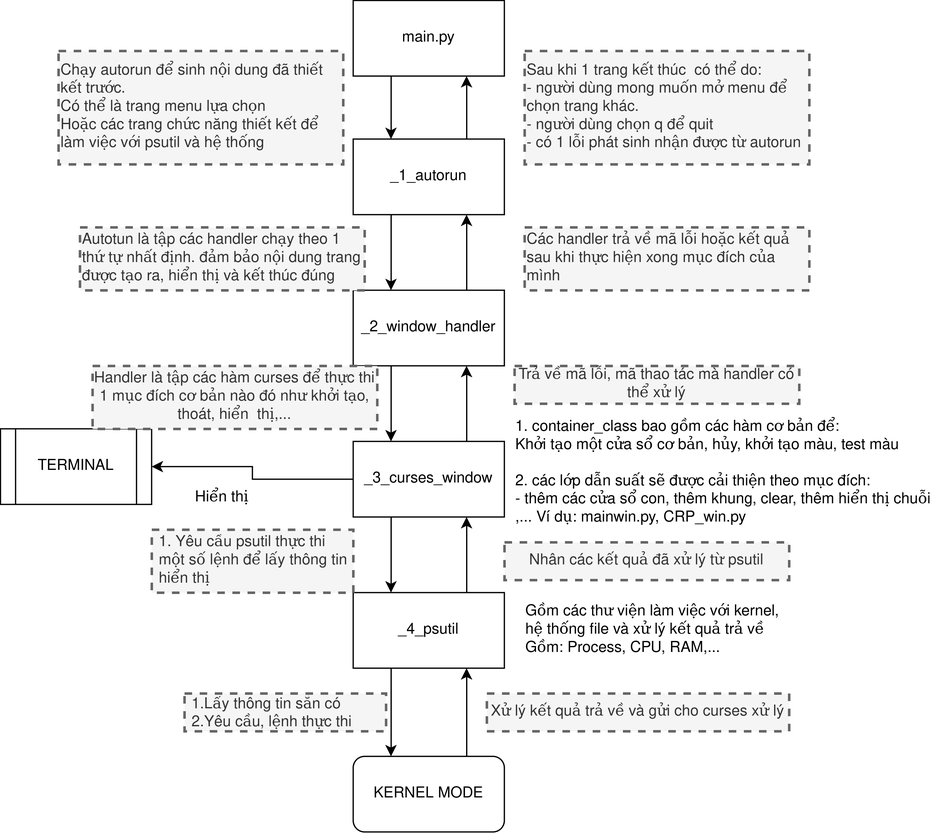
Before: Diagram/Functional block/Block_diagram_Task_manager.png, a diagram exported from draw.io (TrinhHuuGiang/mini-project-Process_manager). Source tidied: cells renumbered, new cells last; positions are measured from the earlier drawing's top-left corner, leaving out a move shared by most shapes.
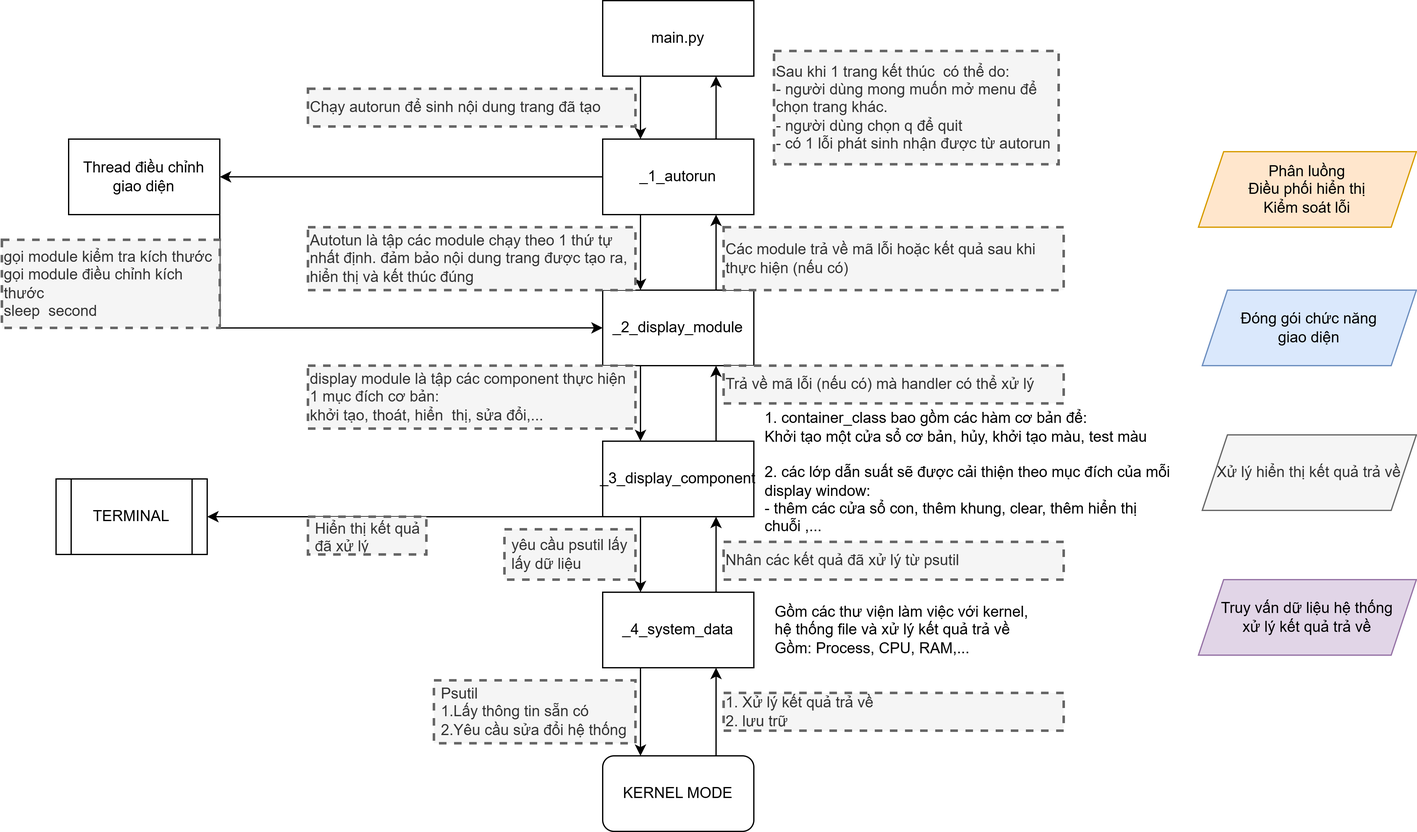
After the change.

Commit message:
update block diagram

add module size thread

Diff of the diagram source:
```diff
@@ -8,7 +8,7 @@
     <mxCell id="3" style="edgeStyle=orthogonalEdgeStyle;rounded=0;jettySize=auto;html=1;exitX=0.75;exitY=0;exitDx=0;exitDy=0;entryX=0.75;entryY=1;entryDx=0;entryDy=0;" parent="1" edge="1" source="4" target="13">
       <mxGeometry relative="1" as="geometry" />
     </mxCell>
-    <mxCell id="4" value="_4_psutil" style="rounded=0;whiteSpace=wrap;html=1;" parent="1" vertex="1">
+    <mxCell id="4" value="_4_system_data" style="rounded=0;whiteSpace=wrap;html=1;" parent="1" vertex="1">
       <mxGeometry x="280" y="470" width="120" height="60" as="geometry" />
     </mxCell>
     <mxCell id="5" style="edgeStyle=orthogonalEdgeStyle;rounded=0;jettySize=auto;html=1;exitX=0.75;exitY=0;exitDx=0;exitDy=0;entryX=0.75;entryY=1;entryDx=0;entryDy=0;" parent="1" edge="1" source="6" target="4">
@@ -17,11 +17,11 @@
     <mxCell id="6" value="KERNEL MODE" style="rounded=1;whiteSpace=wrap;html=1;" parent="1" vertex="1">
       <mxGeometry x="280" y="600" width="120" height="60" as="geometry" />
     </mxCell>
-    <mxCell id="7" value="&lt;div&gt;1.Lấy thông tin sẵn có&lt;br&gt;&lt;/div&gt;&lt;div&gt;2.Yêu cầu, lệnh thực thi&lt;br&gt;&lt;/div&gt;" style="text;align=left;verticalAlign=middle;spacingLeft=4;spacingRight=4;overflow=hidden;whiteSpace=wrap;html=1;dashed=1;perimeterSpacing=1;strokeWidth=2;fillColor=#f5f5f5;fontColor=#333333;strokeColor=#666666;" parent="1" vertex="1">
-      <mxGeometry x="146" y="550" width="160" height="30" as="geometry" />
+    <mxCell id="7" value="&lt;div&gt;Psutil&lt;/div&gt;&lt;div&gt;1.Lấy thông tin sẵn có&lt;br&gt;&lt;/div&gt;&lt;div&gt;2.Yêu cầu sửa đổi hệ thống&lt;br&gt;&lt;/div&gt;" style="text;align=left;verticalAlign=middle;spacingLeft=4;spacingRight=4;overflow=hidden;whiteSpace=wrap;html=1;dashed=1;perimeterSpacing=1;strokeWidth=2;fillColor=#f5f5f5;fontColor=#333333;strokeColor=#666666;" parent="1" vertex="1">
+      <mxGeometry x="146" y="540" width="160" height="50" as="geometry" />
     </mxCell>
-    <mxCell id="8" value="&lt;div&gt;Xử lý kết quả trả về và gửi cho curses xử lý&lt;/div&gt;" style="text;html=1;align=center;verticalAlign=middle;whiteSpace=wrap;rounded=0;fillColor=#f5f5f5;fontColor=#333333;strokeColor=#666666;strokeWidth=2;dashed=1;" parent="1" vertex="1">
-      <mxGeometry x="386" y="550" width="240" height="30" as="geometry" />
+    <mxCell id="8" value="&lt;div&gt;1. Xử lý kết quả trả về&lt;/div&gt;&lt;div style=&quot;&quot;&gt;2. lưu trữ&lt;/div&gt;" style="text;html=1;align=left;verticalAlign=middle;whiteSpace=wrap;rounded=0;fillColor=#f5f5f5;fontColor=#333333;strokeColor=#666666;strokeWidth=2;dashed=1;" parent="1" vertex="1">
+      <mxGeometry x="376" y="550" width="270" height="30" as="geometry" />
     </mxCell>
     <mxCell id="9" value="&lt;div align=&quot;left&quot;&gt;Gồm các thư viện làm việc với kernel, hệ thống file và xử lý kết quả trả về&lt;/div&gt;&lt;div align=&quot;left&quot;&gt;Gồm: Process, CPU, RAM,...&lt;br&gt;&lt;/div&gt;" style="text;html=1;align=center;verticalAlign=middle;whiteSpace=wrap;rounded=0;" parent="1" vertex="1">
       <mxGeometry x="416" y="485" width="210" height="30" as="geometry" />
@@ -32,23 +32,28 @@
     <mxCell id="11" style="edgeStyle=orthogonalEdgeStyle;rounded=0;jettySize=auto;html=1;exitX=0.75;exitY=0;exitDx=0;exitDy=0;entryX=0.75;entryY=1;entryDx=0;entryDy=0;" parent="1" edge="1" source="13" target="20">
       <mxGeometry relative="1" as="geometry" />
     </mxCell>
-    <mxCell id="12" style="edgeStyle=orthogonalEdgeStyle;rounded=0;jettySize=auto;html=1;exitX=0;exitY=0.5;exitDx=0;exitDy=0;entryX=1;entryY=0.5;entryDx=0;entryDy=0;" parent="1" edge="1" source="13" target="17">
-      <mxGeometry relative="1" as="geometry" />
+    <mxCell id="12" style="edgeStyle=orthogonalEdgeStyle;rounded=0;jettySize=auto;html=1;exitX=0;exitY=1;exitDx=0;exitDy=0;entryX=1;entryY=0.5;entryDx=0;entryDy=0;" parent="1" edge="1" source="13" target="17">
+      <mxGeometry relative="1" as="geometry">
+        <Array as="points">
+          <mxPoint x="196" y="410" />
+          <mxPoint x="196" y="410" />
+        </Array>
+      </mxGeometry>
     </mxCell>
-    <mxCell id="13" value="_3_curses_window" style="rounded=0;whiteSpace=wrap;html=1;" parent="1" vertex="1">
+    <mxCell id="13" value="_3_display_component" style="rounded=0;whiteSpace=wrap;html=1;" parent="1" vertex="1">
       <mxGeometry x="280" y="350" width="120" height="60" as="geometry" />
     </mxCell>
-    <mxCell id="14" value="Nhân các kết quả đã xử lý từ psutil" style="text;html=1;align=center;verticalAlign=middle;whiteSpace=wrap;rounded=0;fillColor=#f5f5f5;fontColor=#333333;strokeColor=#666666;strokeWidth=2;dashed=1;" parent="1" vertex="1">
-      <mxGeometry x="400" y="430" width="226" height="30" as="geometry" />
+    <mxCell id="14" value="Nhân các kết quả đã xử lý từ psutil" style="text;html=1;align=left;verticalAlign=middle;whiteSpace=wrap;rounded=0;fillColor=#f5f5f5;fontColor=#333333;strokeColor=#666666;strokeWidth=2;dashed=1;" parent="1" vertex="1">
+      <mxGeometry x="376" y="430" width="270" height="30" as="geometry" />
     </mxCell>
-    <mxCell id="15" value="&lt;div&gt;1. Yêu cầu psutil thực thi một số lệnh để lấy thông tin hiển thị&lt;br&gt;&lt;/div&gt;" style="text;align=left;verticalAlign=middle;spacingLeft=4;spacingRight=4;overflow=hidden;whiteSpace=wrap;html=1;dashed=1;perimeterSpacing=1;strokeWidth=2;fillColor=#f5f5f5;fontColor=#333333;strokeColor=#666666;" parent="1" vertex="1">
-      <mxGeometry x="120" y="420" width="160" height="50" as="geometry" />
+    <mxCell id="15" value="&lt;div&gt;yêu cầu psutil lấy lấy dữ liệu&lt;/div&gt;" style="text;align=left;verticalAlign=middle;spacingLeft=4;spacingRight=4;overflow=hidden;whiteSpace=wrap;html=1;dashed=1;perimeterSpacing=1;strokeWidth=2;fillColor=#f5f5f5;fontColor=#333333;strokeColor=#666666;" parent="1" vertex="1">
+      <mxGeometry x="202" y="420" width="104" height="40" as="geometry" />
     </mxCell>
-    <mxCell id="16" value="&lt;div align=&quot;left&quot;&gt;1. container_class bao gồm các hàm cơ bản để:&lt;/div&gt;&lt;div align=&quot;left&quot;&gt;Khởi tạo một cửa sổ cơ bản, hủy, khởi tạo màu, test màu&lt;br&gt;&lt;/div&gt;&lt;div&gt;&lt;br&gt;&lt;/div&gt;&lt;div align=&quot;left&quot;&gt;2. các lớp dẫn suất sẽ được cải thiện theo mục đích:&lt;/div&gt;&lt;div align=&quot;left&quot;&gt;- thêm các cửa sổ con, thêm khung, clear, thêm hiển thị chuỗi ,... Ví dụ: mainwin.py, CRP_win.py&lt;br&gt;&lt;/div&gt;" style="text;html=1;align=center;verticalAlign=middle;whiteSpace=wrap;rounded=0;" parent="1" vertex="1">
-      <mxGeometry x="408" y="360" width="338" height="30" as="geometry" />
+    <mxCell id="16" value="&lt;div align=&quot;left&quot;&gt;1. container_class bao gồm các hàm cơ bản để:&lt;/div&gt;&lt;div align=&quot;left&quot;&gt;Khởi tạo một cửa sổ cơ bản, hủy, khởi tạo màu, test màu&lt;br&gt;&lt;/div&gt;&lt;div&gt;&lt;br&gt;&lt;/div&gt;&lt;div align=&quot;left&quot;&gt;2. các lớp dẫn suất sẽ được cải thiện theo mục đích của mỗi display window:&lt;/div&gt;&lt;div align=&quot;left&quot;&gt;- thêm các cửa sổ con, thêm khung, clear, thêm hiển thị chuỗi ,...&lt;br&gt;&lt;/div&gt;" style="text;html=1;align=center;verticalAlign=middle;whiteSpace=wrap;rounded=0;" parent="1" vertex="1">
+      <mxGeometry x="408" y="360" width="328" height="30" as="geometry" />
     </mxCell>
     <mxCell id="17" value="TERMINAL" style="shape=process;whiteSpace=wrap;html=1;backgroundOutline=1;" parent="1" vertex="1">
-      <mxGeometry y="340" width="120" height="60" as="geometry" />
+      <mxGeometry x="-154" y="380" width="120" height="60" as="geometry" />
     </mxCell>
     <mxCell id="18" style="edgeStyle=orthogonalEdgeStyle;rounded=0;jettySize=auto;html=1;exitX=0.25;exitY=1;exitDx=0;exitDy=0;entryX=0.25;entryY=0;entryDx=0;entryDy=0;" parent="1" edge="1" source="20" target="13">
       <mxGeometry relative="1" as="geometry" />
@@ -56,17 +61,14 @@
     <mxCell id="19" style="edgeStyle=orthogonalEdgeStyle;rounded=0;jettySize=auto;html=1;exitX=0.75;exitY=0;exitDx=0;exitDy=0;entryX=0.75;entryY=1;entryDx=0;entryDy=0;" parent="1" edge="1" source="20" target="26">
       <mxGeometry relative="1" as="geometry" />
     </mxCell>
-    <mxCell id="20" value="_2_window_handler" style="rounded=0;whiteSpace=wrap;html=1;" parent="1" vertex="1">
+    <mxCell id="20" value="_2_display_module" style="rounded=0;whiteSpace=wrap;html=1;" parent="1" vertex="1">
       <mxGeometry x="280" y="230" width="120" height="60" as="geometry" />
     </mxCell>
-    <mxCell id="21" value="Hiển thị" style="text;html=1;align=center;verticalAlign=middle;whiteSpace=wrap;rounded=0;" parent="1" vertex="1">
-      <mxGeometry x="146" y="380" width="60" height="30" as="geometry" />
-    </mxCell>
-    <mxCell id="22" value="Trả về mã lỗi, mã thao tác mà handler có thể xử lý" style="text;html=1;align=center;verticalAlign=middle;whiteSpace=wrap;rounded=0;fillColor=#f5f5f5;fontColor=#333333;strokeColor=#666666;strokeWidth=2;dashed=1;" parent="1" vertex="1">
-      <mxGeometry x="408" y="290" width="226" height="30" as="geometry" />
+    <mxCell id="22" value="Trả về mã lỗi (nếu có) mà handler có thể xử lý" style="text;html=1;align=left;verticalAlign=middle;whiteSpace=wrap;rounded=0;fillColor=#f5f5f5;fontColor=#333333;strokeColor=#666666;strokeWidth=2;dashed=1;" parent="1" vertex="1">
+      <mxGeometry x="376" y="290" width="270" height="30" as="geometry" />
     </mxCell>
-    <mxCell id="23" value="Handler là tập các hàm curses để thực thi 1 mục đích cơ bản nào đó như khởi tạo, thoát, hiển&amp;nbsp; thị,..." style="text;html=1;align=center;verticalAlign=middle;whiteSpace=wrap;rounded=0;fillColor=#f5f5f5;fontColor=#333333;strokeColor=#666666;strokeWidth=2;dashed=1;" parent="1" vertex="1">
-      <mxGeometry x="73" y="290" width="226" height="50" as="geometry" />
+    <mxCell id="23" value="display module là tập các component thực hiện 1 mục đích cơ bản:&lt;div&gt;khởi tạo, thoát, hiển&amp;nbsp; thị, sửa đổi,...&lt;/div&gt;" style="text;html=1;align=left;verticalAlign=middle;whiteSpace=wrap;rounded=0;fillColor=#f5f5f5;fontColor=#333333;strokeColor=#666666;strokeWidth=2;dashed=1;" parent="1" vertex="1">
+      <mxGeometry x="46" y="290" width="260" height="50" as="geometry" />
     </mxCell>
     <mxCell id="24" style="edgeStyle=orthogonalEdgeStyle;rounded=0;jettySize=auto;html=1;exitX=0.25;exitY=1;exitDx=0;exitDy=0;entryX=0.25;entryY=0;entryDx=0;entryDy=0;" parent="1" edge="1" source="26" target="20">
       <mxGeometry relative="1" as="geometry" />
@@ -74,14 +76,17 @@
     <mxCell id="25" style="edgeStyle=orthogonalEdgeStyle;rounded=0;jettySize=auto;html=1;exitX=0.75;exitY=0;exitDx=0;exitDy=0;entryX=0.75;entryY=1;entryDx=0;entryDy=0;" parent="1" edge="1" source="26" target="30">
       <mxGeometry relative="1" as="geometry" />
     </mxCell>
+    <mxCell id="33" style="edgeStyle=orthogonalEdgeStyle;rounded=0;jettySize=auto;html=1;exitX=0;exitY=0.5;exitDx=0;exitDy=0;entryX=1;entryY=0.5;entryDx=0;entryDy=0;" parent="1" edge="1" source="26" target="35">
+      <mxGeometry relative="1" as="geometry" />
+    </mxCell>
     <mxCell id="26" value="&lt;div&gt;_1_autorun&lt;/div&gt;" style="rounded=0;whiteSpace=wrap;html=1;" parent="1" vertex="1">
       <mxGeometry x="280" y="110" width="120" height="60" as="geometry" />
     </mxCell>
-    <mxCell id="27" value="Autotun là tập các handler chạy theo 1 thứ tự nhất định. đảm bảo nội dung trang được tạo ra, hiển thị và kết thúc đúng" style="text;html=1;align=left;verticalAlign=middle;whiteSpace=wrap;rounded=0;fillColor=#f5f5f5;fontColor=#333333;strokeColor=#666666;strokeWidth=2;dashed=1;" parent="1" vertex="1">
-      <mxGeometry x="63" y="180" width="226" height="50" as="geometry" />
+    <mxCell id="27" value="Autotun là tập các module chạy theo 1 thứ tự nhất định. đảm bảo nội dung trang được tạo ra, hiển thị và kết thúc đúng" style="text;html=1;align=left;verticalAlign=middle;whiteSpace=wrap;rounded=0;fillColor=#f5f5f5;fontColor=#333333;strokeColor=#666666;strokeWidth=2;dashed=1;" parent="1" vertex="1">
+      <mxGeometry x="46" y="180" width="260" height="50" as="geometry" />
     </mxCell>
-    <mxCell id="28" value="Các handler trả về mã lỗi hoặc kết quả sau khi thực hiện xong mục đích của mình" style="text;html=1;align=left;verticalAlign=middle;whiteSpace=wrap;rounded=0;fillColor=#f5f5f5;fontColor=#333333;strokeColor=#666666;strokeWidth=2;dashed=1;" parent="1" vertex="1">
-      <mxGeometry x="416" y="180" width="226" height="50" as="geometry" />
+    <mxCell id="28" value="Các module trả về mã lỗi hoặc kết quả sau khi thực hiện (nếu có)" style="text;html=1;align=left;verticalAlign=middle;whiteSpace=wrap;rounded=0;fillColor=#f5f5f5;fontColor=#333333;strokeColor=#666666;strokeWidth=2;dashed=1;" parent="1" vertex="1">
+      <mxGeometry x="376" y="180" width="270" height="50" as="geometry" />
     </mxCell>
     <mxCell id="29" style="edgeStyle=orthogonalEdgeStyle;rounded=0;jettySize=auto;html=1;exitX=0.25;exitY=1;exitDx=0;exitDy=0;entryX=0.25;entryY=0;entryDx=0;entryDy=0;" parent="1" edge="1" source="30" target="26">
       <mxGeometry relative="1" as="geometry" />
@@ -89,11 +94,35 @@
     <mxCell id="30" value="main.py" style="rounded=0;whiteSpace=wrap;html=1;" parent="1" vertex="1">
       <mxGeometry x="280" width="120" height="60" as="geometry" />
     </mxCell>
-    <mxCell id="31" value="&lt;div&gt;Chạy autorun để sinh nội dung đã thiết kết trước.&lt;/div&gt;&lt;div&gt;Có thể là trang menu lựa chọn&lt;/div&gt;&lt;div&gt;Hoặc các trang chức năng thiết kết để làm việc với psutil và hệ thống&lt;br&gt;&lt;/div&gt;" style="text;html=1;align=left;verticalAlign=middle;whiteSpace=wrap;rounded=0;fillColor=#f5f5f5;fontColor=#333333;strokeColor=#666666;strokeWidth=2;dashed=1;" parent="1" vertex="1">
-      <mxGeometry x="46" y="40" width="226" height="90" as="geometry" />
+    <mxCell id="31" value="&lt;div&gt;Chạy autorun để sinh nội dung trang đã tạo&lt;/div&gt;" style="text;html=1;align=left;verticalAlign=middle;whiteSpace=wrap;rounded=0;fillColor=#f5f5f5;fontColor=#333333;strokeColor=#666666;strokeWidth=2;dashed=1;" parent="1" vertex="1">
+      <mxGeometry x="46" y="70" width="260" height="30" as="geometry" />
     </mxCell>
     <mxCell id="32" value="&lt;div&gt;Sau khi 1 trang kết thúc&amp;nbsp; có thể do:&lt;/div&gt;&lt;div&gt;- người dùng mong muốn mở menu để chọn trang khác.&lt;/div&gt;&lt;div&gt;- người dùng chọn q để quit&lt;/div&gt;&lt;div&gt;- có 1 lỗi phát sinh nhận được từ autorun&lt;br&gt;&lt;/div&gt;" style="text;html=1;align=left;verticalAlign=middle;whiteSpace=wrap;rounded=0;fillColor=#f5f5f5;fontColor=#333333;strokeColor=#666666;strokeWidth=2;dashed=1;" parent="1" vertex="1">
       <mxGeometry x="416" y="40" width="226" height="90" as="geometry" />
     </mxCell>
+    <mxCell id="34" style="edgeStyle=orthogonalEdgeStyle;rounded=0;jettySize=auto;html=1;exitX=1;exitY=1;exitDx=0;exitDy=0;entryX=0;entryY=0.5;entryDx=0;entryDy=0;" parent="1" edge="1" source="35" target="20">
+      <mxGeometry relative="1" as="geometry" />
+    </mxCell>
+    <mxCell id="35" value="Thread điều chỉnh giao diện" style="rounded=0;whiteSpace=wrap;html=1;" parent="1" vertex="1">
+      <mxGeometry x="-144" y="110" width="120" height="60" as="geometry" />
+    </mxCell>
+    <mxCell id="36" value="Truy vấn dữ liệu hệ thống&lt;div&gt;xử lý kết quả trả về&lt;/div&gt;" style="shape=parallelogram;perimeter=parallelogramPerimeter;whiteSpace=wrap;html=1;fixedSize=1;fillColor=#e1d5e7;strokeColor=#9673a6;" parent="1" vertex="1">
+      <mxGeometry x="753" y="460" width="173" height="60" as="geometry" />
+    </mxCell>
+    <mxCell id="37" value="&lt;div&gt;&lt;span style=&quot;background-color: initial;&quot;&gt;Xử lý hiển thị kết quả trả về&lt;/span&gt;&lt;/div&gt;" style="shape=parallelogram;perimeter=parallelogramPerimeter;whiteSpace=wrap;html=1;fixedSize=1;fillColor=#f5f5f5;fontColor=#333333;strokeColor=#666666;" parent="1" vertex="1">
+      <mxGeometry x="756" y="345" width="170" height="60" as="geometry" />
+    </mxCell>
+    <mxCell id="38" value="Đóng gói chức năng&lt;div&gt;giao diện&lt;/div&gt;" style="shape=parallelogram;perimeter=parallelogramPerimeter;whiteSpace=wrap;html=1;fixedSize=1;fillColor=#dae8fc;strokeColor=#6c8ebf;" parent="1" vertex="1">
+      <mxGeometry x="756" y="230" width="170" height="60" as="geometry" />
+    </mxCell>
+    <mxCell id="39" value="&lt;div&gt;Phân luồng&lt;/div&gt;&lt;div&gt;Điều phối hiển thị&lt;/div&gt;&lt;div&gt;Kiểm soát lỗi&lt;/div&gt;" style="shape=parallelogram;perimeter=parallelogramPerimeter;whiteSpace=wrap;html=1;fixedSize=1;fillColor=#ffe6cc;strokeColor=#d79b00;" parent="1" vertex="1">
+      <mxGeometry x="753" y="120" width="173" height="60" as="geometry" />
+    </mxCell>
+    <mxCell id="40" value="&lt;div&gt;Hiển thị kết quả đã xử lý&lt;/div&gt;" style="text;align=left;verticalAlign=middle;spacingLeft=4;spacingRight=4;overflow=hidden;whiteSpace=wrap;html=1;dashed=1;perimeterSpacing=1;strokeWidth=2;fillColor=#f5f5f5;fontColor=#333333;strokeColor=#666666;" parent="1" vertex="1">
+      <mxGeometry x="46" y="410" width="94" height="30" as="geometry" />
+    </mxCell>
+    <mxCell id="41" value="gọi module kiểm tra kích thước&lt;div&gt;gọi module điều chỉnh kích thước&lt;/div&gt;&lt;div&gt;sleep&amp;nbsp; second&lt;/div&gt;" style="text;html=1;align=left;verticalAlign=middle;whiteSpace=wrap;rounded=0;fillColor=#f5f5f5;fontColor=#333333;strokeColor=#666666;strokeWidth=2;dashed=1;" parent="1" vertex="1">
+      <mxGeometry x="-197" y="190" width="173" height="70" as="geometry" />
+    </mxCell>
   </root>
 </mxGraphModel>
```
